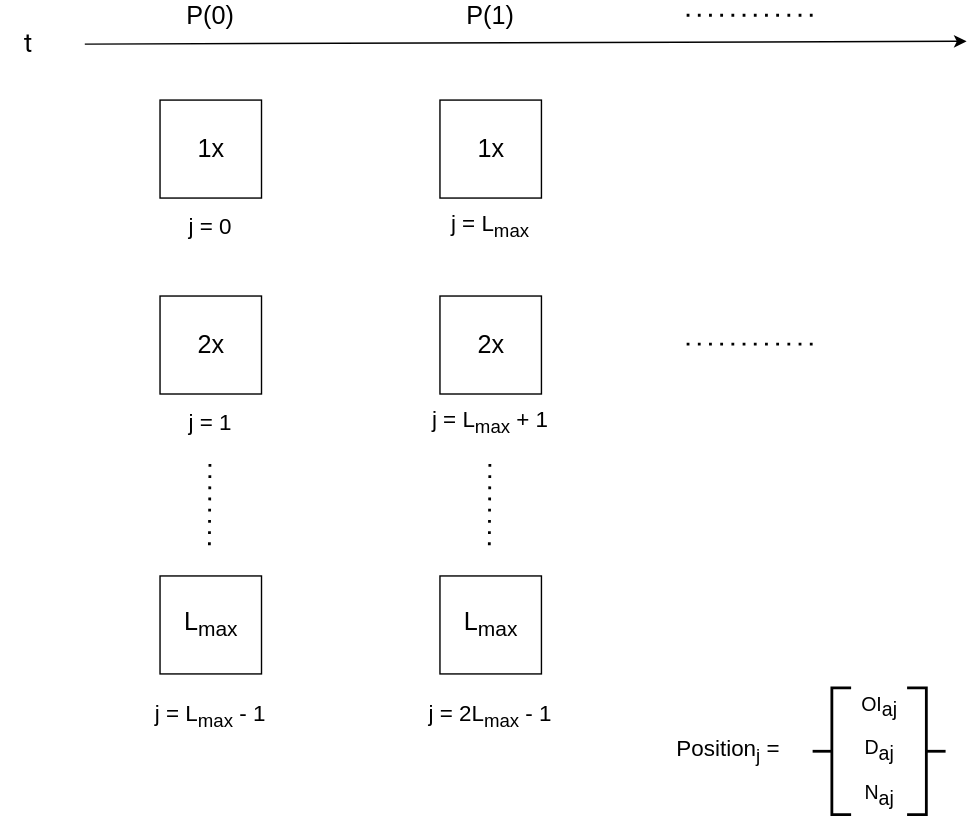
The draw.io diagram assets/oip-1/bookkeeping.svg in overlay-market/OIPs, before a commit. Source tidied: cells renumbered, new cells last; positions are measured from the earlier drawing's top-left corner, leaving out a move shared by most shapes. Source of this version:
```xml
<mxGraphModel>
  <root>
    <mxCell id="0" />
    <mxCell id="1" parent="0" />
    <mxCell id="2" style="endArrow=classic;html=1;" parent="1" edge="1">
      <mxGeometry relative="1" as="geometry">
        <mxPoint x="60" y="30" as="sourcePoint" />
        <mxPoint x="690" y="28" as="targetPoint" />
      </mxGeometry>
    </mxCell>
    <mxCell id="3" value="&lt;font style=&quot;font-size: 18px;&quot; face=&quot;Roboto&quot;&gt;t&lt;/font&gt;" style="text;html=1;strokeColor=none;fillColor=none;align=center;verticalAlign=middle;whiteSpace=wrap;rounded=0;fontSize=18;" parent="1" vertex="1">
      <mxGeometry y="20" width="40" height="20" as="geometry" />
    </mxCell>
    <mxCell id="4" value="P(0)" style="text;html=1;strokeColor=none;fillColor=none;align=center;verticalAlign=middle;whiteSpace=wrap;rounded=0;fontSize=18;" parent="1" vertex="1">
      <mxGeometry x="130" width="40" height="20" as="geometry" />
    </mxCell>
    <mxCell id="5" value="P(1)" style="text;html=1;strokeColor=none;fillColor=none;align=center;verticalAlign=middle;whiteSpace=wrap;rounded=0;fontSize=18;" parent="1" vertex="1">
      <mxGeometry x="330" width="40" height="20" as="geometry" />
    </mxCell>
    <mxCell id="6" style="endArrow=none;dashed=1;html=1;dashPattern=1 3;strokeWidth=2;fontSize=18;" parent="1" edge="1">
      <mxGeometry relative="1" as="geometry">
        <mxPoint x="490" y="9.4" as="sourcePoint" />
        <mxPoint x="580" y="9.4" as="targetPoint" />
      </mxGeometry>
    </mxCell>
    <mxCell id="7" value="1x" style="rounded=0;whiteSpace=wrap;html=1;fontSize=18;" parent="1" vertex="1">
      <mxGeometry x="113.8" y="70" width="72.5" height="70" as="geometry" />
    </mxCell>
    <mxCell id="8" value="2x" style="rounded=0;whiteSpace=wrap;html=1;fontSize=18;" parent="1" vertex="1">
      <mxGeometry x="113.8" y="210" width="72.5" height="70" as="geometry" />
    </mxCell>
    <mxCell id="9" style="endArrow=none;dashed=1;html=1;dashPattern=1 3;strokeWidth=2;fontSize=18;" parent="1" edge="1">
      <mxGeometry relative="1" as="geometry">
        <mxPoint x="149.4" y="330" as="sourcePoint" />
        <mxPoint x="149" y="390" as="targetPoint" />
      </mxGeometry>
    </mxCell>
    <mxCell id="10" value="L&lt;sub&gt;max&lt;/sub&gt;" style="rounded=0;whiteSpace=wrap;html=1;fontSize=18;" parent="1" vertex="1">
      <mxGeometry x="113.8" y="410" width="72.5" height="70" as="geometry" />
    </mxCell>
    <mxCell id="11" value="j = 0" style="text;html=1;strokeColor=none;fillColor=none;align=center;verticalAlign=middle;whiteSpace=wrap;rounded=0;fontSize=16;" parent="1" vertex="1">
      <mxGeometry x="130" y="150" width="40" height="20" as="geometry" />
    </mxCell>
    <mxCell id="12" value="j = 1" style="text;html=1;strokeColor=none;fillColor=none;align=center;verticalAlign=middle;whiteSpace=wrap;rounded=0;fontSize=16;" parent="1" vertex="1">
      <mxGeometry x="130" y="290" width="40" height="20" as="geometry" />
    </mxCell>
    <mxCell id="13" value="j = L&lt;sub&gt;max&lt;/sub&gt; - 1" style="text;html=1;strokeColor=none;fillColor=none;align=center;verticalAlign=middle;whiteSpace=wrap;rounded=0;fontSize=16;" parent="1" vertex="1">
      <mxGeometry x="100" y="500" width="100" height="20" as="geometry" />
    </mxCell>
    <mxCell id="14" value="1x" style="rounded=0;whiteSpace=wrap;html=1;fontSize=18;" parent="1" vertex="1">
      <mxGeometry x="313.8" y="70" width="72.5" height="70" as="geometry" />
    </mxCell>
    <mxCell id="15" value="2x" style="rounded=0;whiteSpace=wrap;html=1;fontSize=18;" parent="1" vertex="1">
      <mxGeometry x="313.8" y="210" width="72.5" height="70" as="geometry" />
    </mxCell>
    <mxCell id="16" style="endArrow=none;dashed=1;html=1;dashPattern=1 3;strokeWidth=2;fontSize=18;" parent="1" edge="1">
      <mxGeometry relative="1" as="geometry">
        <mxPoint x="349.4" y="330" as="sourcePoint" />
        <mxPoint x="349" y="390" as="targetPoint" />
      </mxGeometry>
    </mxCell>
    <mxCell id="17" value="L&lt;sub&gt;max&lt;/sub&gt;" style="rounded=0;whiteSpace=wrap;html=1;fontSize=18;" parent="1" vertex="1">
      <mxGeometry x="313.8" y="410" width="72.5" height="70" as="geometry" />
    </mxCell>
    <mxCell id="18" value="j = 2L&lt;sub&gt;max&lt;/sub&gt; - 1" style="text;html=1;strokeColor=none;fillColor=none;align=center;verticalAlign=middle;whiteSpace=wrap;rounded=0;fontSize=16;" parent="1" vertex="1">
      <mxGeometry x="300" y="500" width="100" height="20" as="geometry" />
    </mxCell>
    <mxCell id="19" value="j = L&lt;sub&gt;max&lt;/sub&gt;" style="text;html=1;strokeColor=none;fillColor=none;align=center;verticalAlign=middle;whiteSpace=wrap;rounded=0;fontSize=16;" parent="1" vertex="1">
      <mxGeometry x="300" y="150" width="100" height="20" as="geometry" />
    </mxCell>
    <mxCell id="20" value="j = L&lt;sub&gt;max&lt;/sub&gt; + 1" style="text;html=1;strokeColor=none;fillColor=none;align=center;verticalAlign=middle;whiteSpace=wrap;rounded=0;fontSize=16;" parent="1" vertex="1">
      <mxGeometry x="300" y="290" width="100" height="20" as="geometry" />
    </mxCell>
    <mxCell id="21" style="endArrow=none;dashed=1;html=1;dashPattern=1 3;strokeWidth=2;fontSize=18;" parent="1" edge="1">
      <mxGeometry relative="1" as="geometry">
        <mxPoint x="490" y="244.4" as="sourcePoint" />
        <mxPoint x="580" y="244.4" as="targetPoint" />
      </mxGeometry>
    </mxCell>
    <mxCell id="22" style="strokeWidth=2;html=1;shape=mxgraph.flowchart.annotation_2;align=left;labelPosition=right;fontSize=16;" parent="1" vertex="1">
      <mxGeometry x="580" y="490" width="27.5" height="90.5" as="geometry" />
    </mxCell>
    <mxCell id="23" value="D&lt;sub style=&quot;font-size: 14px;&quot;&gt;aj&lt;/sub&gt;" style="text;html=1;strokeColor=none;fillColor=none;align=center;verticalAlign=middle;whiteSpace=wrap;rounded=0;fontSize=14;" parent="1" vertex="1">
      <mxGeometry x="607.5" y="525.2" width="40" height="20" as="geometry" />
    </mxCell>
    <mxCell id="24" value="OI&lt;sub style=&quot;font-size: 14px;&quot;&gt;aj&lt;/sub&gt;" style="text;html=1;strokeColor=none;fillColor=none;align=center;verticalAlign=middle;whiteSpace=wrap;rounded=0;fontSize=14;" parent="1" vertex="1">
      <mxGeometry x="607.5" y="494" width="40" height="20" as="geometry" />
    </mxCell>
    <mxCell id="25" value="N&lt;sub style=&quot;font-size: 14px;&quot;&gt;aj&lt;/sub&gt;&lt;br style=&quot;font-size: 14px;&quot;&gt;&lt;sub style=&quot;font-size: 14px;&quot;&gt;&lt;/sub&gt;" style="text;html=1;strokeColor=none;fillColor=none;align=center;verticalAlign=middle;whiteSpace=wrap;rounded=0;fontSize=14;" parent="1" vertex="1">
      <mxGeometry x="607.5" y="556.5" width="40" height="20" as="geometry" />
    </mxCell>
    <mxCell id="26" style="strokeWidth=2;html=1;shape=mxgraph.flowchart.annotation_2;align=left;labelPosition=right;fontSize=16;rotation=-180;" parent="1" vertex="1">
      <mxGeometry x="647.5" y="490" width="27.5" height="90.5" as="geometry" />
    </mxCell>
    <mxCell id="27" value="Position&lt;sub&gt;j&lt;/sub&gt; =" style="text;html=1;strokeColor=none;fillColor=none;align=center;verticalAlign=middle;whiteSpace=wrap;rounded=0;fontSize=16;" parent="1" vertex="1">
      <mxGeometry x="470" y="515.2" width="100" height="40" as="geometry" />
    </mxCell>
  </root>
</mxGraphModel>
```
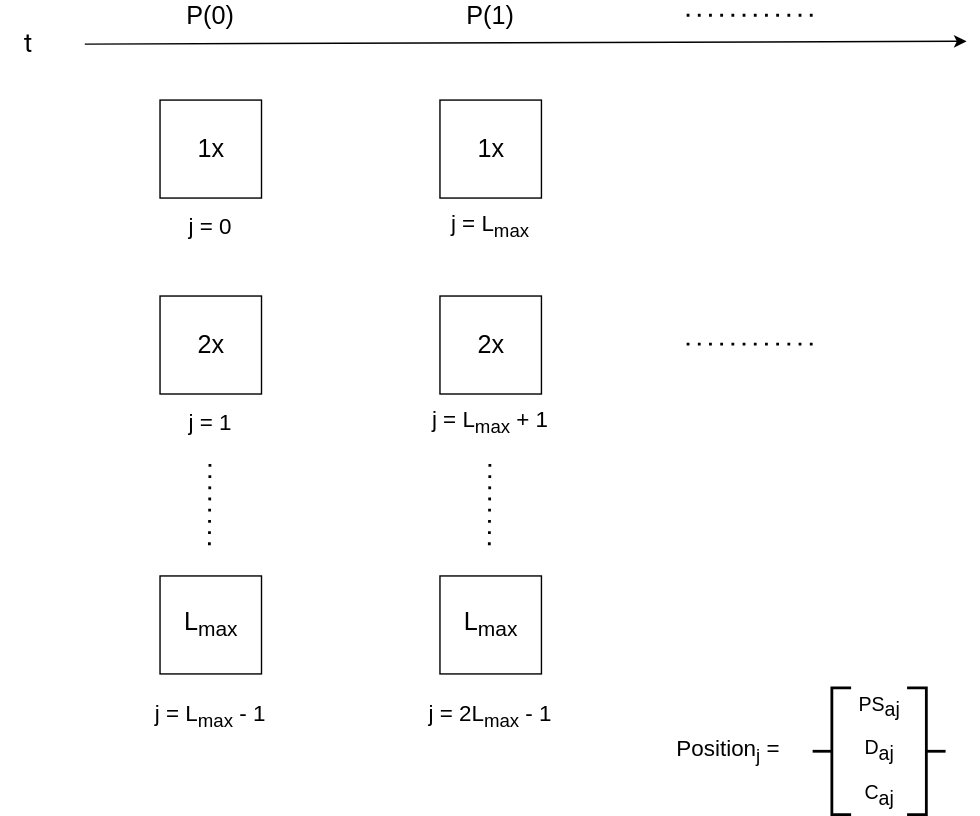
After the commit.

Commit message:
fix position token diagram

What changed in the source:
```diff
@@ -83,10 +83,10 @@
     <mxCell id="23" value="D&lt;sub style=&quot;font-size: 14px;&quot;&gt;aj&lt;/sub&gt;" style="text;html=1;strokeColor=none;fillColor=none;align=center;verticalAlign=middle;whiteSpace=wrap;rounded=0;fontSize=14;" parent="1" vertex="1">
       <mxGeometry x="607.5" y="525.2" width="40" height="20" as="geometry" />
     </mxCell>
-    <mxCell id="24" value="OI&lt;sub style=&quot;font-size: 14px;&quot;&gt;aj&lt;/sub&gt;" style="text;html=1;strokeColor=none;fillColor=none;align=center;verticalAlign=middle;whiteSpace=wrap;rounded=0;fontSize=14;" parent="1" vertex="1">
+    <mxCell id="24" value="PS&lt;sub style=&quot;font-size: 14px&quot;&gt;aj&lt;/sub&gt;" style="text;html=1;strokeColor=none;fillColor=none;align=center;verticalAlign=middle;whiteSpace=wrap;rounded=0;fontSize=14;" parent="1" vertex="1">
       <mxGeometry x="607.5" y="494" width="40" height="20" as="geometry" />
     </mxCell>
-    <mxCell id="25" value="N&lt;sub style=&quot;font-size: 14px;&quot;&gt;aj&lt;/sub&gt;&lt;br style=&quot;font-size: 14px;&quot;&gt;&lt;sub style=&quot;font-size: 14px;&quot;&gt;&lt;/sub&gt;" style="text;html=1;strokeColor=none;fillColor=none;align=center;verticalAlign=middle;whiteSpace=wrap;rounded=0;fontSize=14;" parent="1" vertex="1">
+    <mxCell id="25" value="C&lt;sub style=&quot;font-size: 14px&quot;&gt;aj&lt;/sub&gt;&lt;br style=&quot;font-size: 14px&quot;&gt;&lt;sub style=&quot;font-size: 14px&quot;&gt;&lt;/sub&gt;" style="text;html=1;strokeColor=none;fillColor=none;align=center;verticalAlign=middle;whiteSpace=wrap;rounded=0;fontSize=14;" parent="1" vertex="1">
       <mxGeometry x="607.5" y="556.5" width="40" height="20" as="geometry" />
     </mxCell>
     <mxCell id="26" style="strokeWidth=2;html=1;shape=mxgraph.flowchart.annotation_2;align=left;labelPosition=right;fontSize=16;rotation=-180;" parent="1" vertex="1">
```
